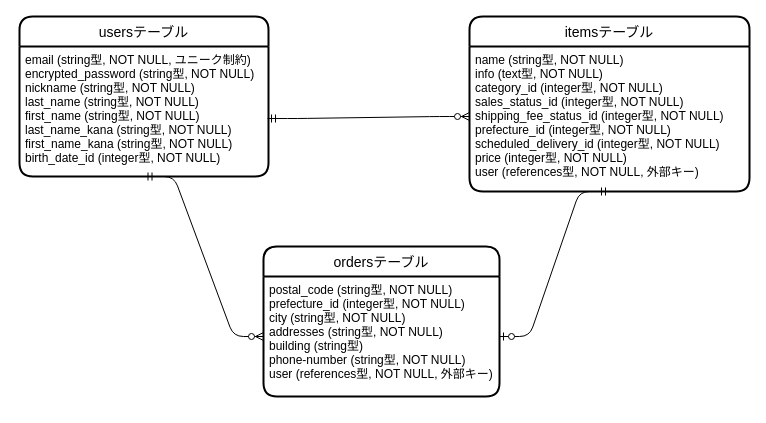
Above: application.dio in kanieksuke/furima-37215 (draw.io), before the change. Source tidied: cells renumbered, new cells numbered last; positions are measured from the earlier drawing's top-left corner, leaving out a move shared by most shapes. Both pictures are drawn from the tidied source at 100%, with x=0, y=0 at pixel (19, 16).
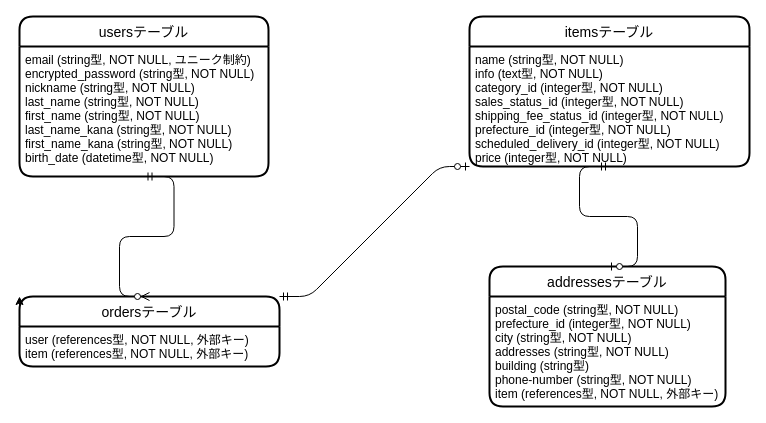
The same diagram, later.

Commit message (it also covers changes not shown here):
データベース設計（修正01）

The edit, as a diff of the source:
```diff
@@
 <mxGraphModel>
   <root>
     <mxCell id="0" />
     <mxCell id="1" parent="0" />
     <mxCell id="2" value="usersテーブル" style="swimlane;horizontal=1;startSize=30;rounded=1;fontSize=14;fontStyle=0;strokeWidth=2;shadow=0;dashed=0;align=center;" parent="1" vertex="1">
       <mxGeometry width="249" height="160" as="geometry" />
     </mxCell>
-    <mxCell id="3" value="email (string型, NOT NULL, ユニーク制約)&#10;encrypted_password (string型, NOT NULL)&#10;nickname (string型, NOT NULL)&#10;last_name (string型, NOT NULL)&#10;first_name (string型, NOT NULL)&#10;last_name_kana (string型, NOT NULL)&#10;first_name_kana (string型, NOT NULL)&#10;birth_date_id (integer型, NOT NULL)" style="align=left;strokeColor=none;fillColor=none;spacingLeft=4;fontSize=12;verticalAlign=top;" parent="2" vertex="1">
+    <mxCell id="3" value="email (string型, NOT NULL, ユニーク制約)&#10;encrypted_password (string型, NOT NULL)&#10;nickname (string型, NOT NULL)&#10;last_name (string型, NOT NULL)&#10;first_name (string型, NOT NULL)&#10;last_name_kana (string型, NOT NULL)&#10;first_name_kana (string型, NOT NULL)&#10;birth_date (datetime型, NOT NULL)" style="align=left;strokeColor=none;fillColor=none;spacingLeft=4;fontSize=12;verticalAlign=top;" parent="2" vertex="1">
       <mxGeometry y="30" width="249" height="130" as="geometry" />
     </mxCell>
     <mxCell id="4" value="itemsテーブル" style="swimlane;horizontal=1;startSize=30;rounded=1;fontSize=14;fontStyle=0;strokeWidth=2;shadow=0;dashed=0;align=center;" parent="1" vertex="1">
-      <mxGeometry x="450" width="280" height="175" as="geometry" />
+      <mxGeometry x="450" width="280" height="150" as="geometry" />
     </mxCell>
-    <mxCell id="5" value="name (string型, NOT NULL)&#10;info (text型, NOT NULL)&#10;category_id (integer型, NOT NULL)&#10;sales_status_id (integer型, NOT NULL)&#10;shipping_fee_status_id (integer型, NOT NULL)&#10;prefecture_id (integer型, NOT NULL)&#10;scheduled_delivery_id (integer型, NOT NULL)&#10;price (integer型, NOT NULL)&#10;user (references型, NOT NULL, 外部キー)" style="align=left;strokeColor=none;fillColor=none;spacingLeft=4;fontSize=12;verticalAlign=top;" parent="4" vertex="1">
-      <mxGeometry y="30" width="280" height="145" as="geometry" />
+    <mxCell id="5" value="name (string型, NOT NULL)&#10;info (text型, NOT NULL)&#10;category_id (integer型, NOT NULL)&#10;sales_status_id (integer型, NOT NULL)&#10;shipping_fee_status_id (integer型, NOT NULL)&#10;prefecture_id (integer型, NOT NULL)&#10;scheduled_delivery_id (integer型, NOT NULL)&#10;price (integer型, NOT NULL)" style="align=left;strokeColor=none;fillColor=none;spacingLeft=4;fontSize=12;verticalAlign=top;" parent="4" vertex="1">
+      <mxGeometry y="30" width="280" height="120" as="geometry" />
     </mxCell>
-    <mxCell id="6" style="edgeStyle=entityRelationEdgeStyle;fontSize=12;html=1;endArrow=ERzeroToMany;startArrow=ERmandOne;exitX=0.996;exitY=0.554;exitDx=0;exitDy=0;exitPerimeter=0;" parent="1" edge="1" source="3">
-      <mxGeometry relative="1" as="geometry">
-        <mxPoint x="450" y="100" as="targetPoint" />
-      </mxGeometry>
-    </mxCell>
-    <mxCell id="7" value="ordersテーブル" style="swimlane;horizontal=1;startSize=30;rounded=1;fontSize=14;fontStyle=0;strokeWidth=2;shadow=0;dashed=0;align=center;" parent="1" vertex="1">
-      <mxGeometry x="244" y="230" width="236" height="150" as="geometry" />
+    <mxCell id="7" value="addressesテーブル" style="swimlane;horizontal=1;startSize=30;rounded=1;fontSize=14;fontStyle=0;strokeWidth=2;shadow=0;dashed=0;align=center;" parent="1" vertex="1">
+      <mxGeometry x="470" y="250" width="236" height="140" as="geometry" />
     </mxCell>
-    <mxCell id="8" value="postal_code (string型, NOT NULL)&#10;prefecture_id (integer型, NOT NULL)&#10;city (string型, NOT NULL)&#10;addresses (string型, NOT NULL)&#10;building (string型)&#10;phone-number (string型, NOT NULL)&#10;user (references型, NOT NULL, 外部キー)" style="align=left;strokeColor=none;fillColor=none;spacingLeft=4;fontSize=12;verticalAlign=top;" parent="7" vertex="1">
-      <mxGeometry y="30" width="236" height="120" as="geometry" />
+    <mxCell id="8" value="postal_code (string型, NOT NULL)&#10;prefecture_id (integer型, NOT NULL)&#10;city (string型, NOT NULL)&#10;addresses (string型, NOT NULL)&#10;building (string型)&#10;phone-number (string型, NOT NULL)&#10;item (references型, NOT NULL, 外部キー)&#10;" style="align=left;strokeColor=none;fillColor=none;spacingLeft=4;fontSize=12;verticalAlign=top;" parent="7" vertex="1">
+      <mxGeometry y="30" width="236" height="110" as="geometry" />
     </mxCell>
-    <mxCell id="9" style="edgeStyle=entityRelationEdgeStyle;fontSize=12;html=1;endArrow=ERzeroToOne;startArrow=ERmandOne;exitX=0.5;exitY=1;exitDx=0;exitDy=0;" parent="1" edge="1" source="5" target="8">
-      <mxGeometry relative="1" as="geometry" />
-    </mxCell>
-    <mxCell id="10" style="edgeStyle=entityRelationEdgeStyle;fontSize=12;html=1;endArrow=ERzeroToMany;startArrow=ERmandOne;entryX=0;entryY=0.5;entryDx=0;entryDy=0;exitX=0.5;exitY=1;exitDx=0;exitDy=0;" parent="1" edge="1" source="3" target="8">
-      <mxGeometry relative="1" as="geometry" />
-    </mxCell>
+    <mxCell id="11" value="ordersテーブル" style="swimlane;horizontal=1;startSize=30;rounded=1;fontSize=14;fontStyle=0;strokeWidth=2;shadow=0;dashed=0;align=center;" parent="1" vertex="1">
+      <mxGeometry y="280" width="260" height="70" as="geometry" />
+    </mxCell>
+    <mxCell id="12" style="edgeStyle=none;html=1;exitX=0;exitY=0.25;exitDx=0;exitDy=0;entryX=0;entryY=0;entryDx=0;entryDy=0;" parent="11" edge="1" source="13" target="11">
+      <mxGeometry relative="1" as="geometry" />
+    </mxCell>
+    <mxCell id="13" value="user (references型, NOT NULL, 外部キー)&#10;item (references型, NOT NULL, 外部キー)" style="align=left;strokeColor=none;fillColor=none;spacingLeft=4;fontSize=12;verticalAlign=top;" parent="11" vertex="1">
+      <mxGeometry y="30" width="260" height="40" as="geometry" />
+    </mxCell>
+    <mxCell id="14" style="edgeStyle=entityRelationEdgeStyle;fontSize=12;html=1;endArrow=ERzeroToOne;startArrow=ERmandOne;exitX=0.5;exitY=1;exitDx=0;exitDy=0;entryX=0.5;entryY=0;entryDx=0;entryDy=0;" parent="1" edge="1" source="5" target="7">
+      <mxGeometry relative="1" as="geometry" />
+    </mxCell>
+    <mxCell id="15" style="edgeStyle=entityRelationEdgeStyle;fontSize=12;html=1;endArrow=ERzeroToOne;startArrow=ERmandOne;exitX=1;exitY=0;exitDx=0;exitDy=0;entryX=0;entryY=1;entryDx=0;entryDy=0;" parent="1" edge="1" source="11" target="5">
+      <mxGeometry relative="1" as="geometry" />
+    </mxCell>
+    <mxCell id="16" style="edgeStyle=entityRelationEdgeStyle;fontSize=12;html=1;endArrow=ERzeroToMany;startArrow=ERmandOne;exitX=0.5;exitY=1;exitDx=0;exitDy=0;entryX=0.5;entryY=0;entryDx=0;entryDy=0;" parent="1" edge="1" source="3" target="11">
+      <mxGeometry relative="1" as="geometry" />
+    </mxCell>
   </root>
 </mxGraphModel>
```
